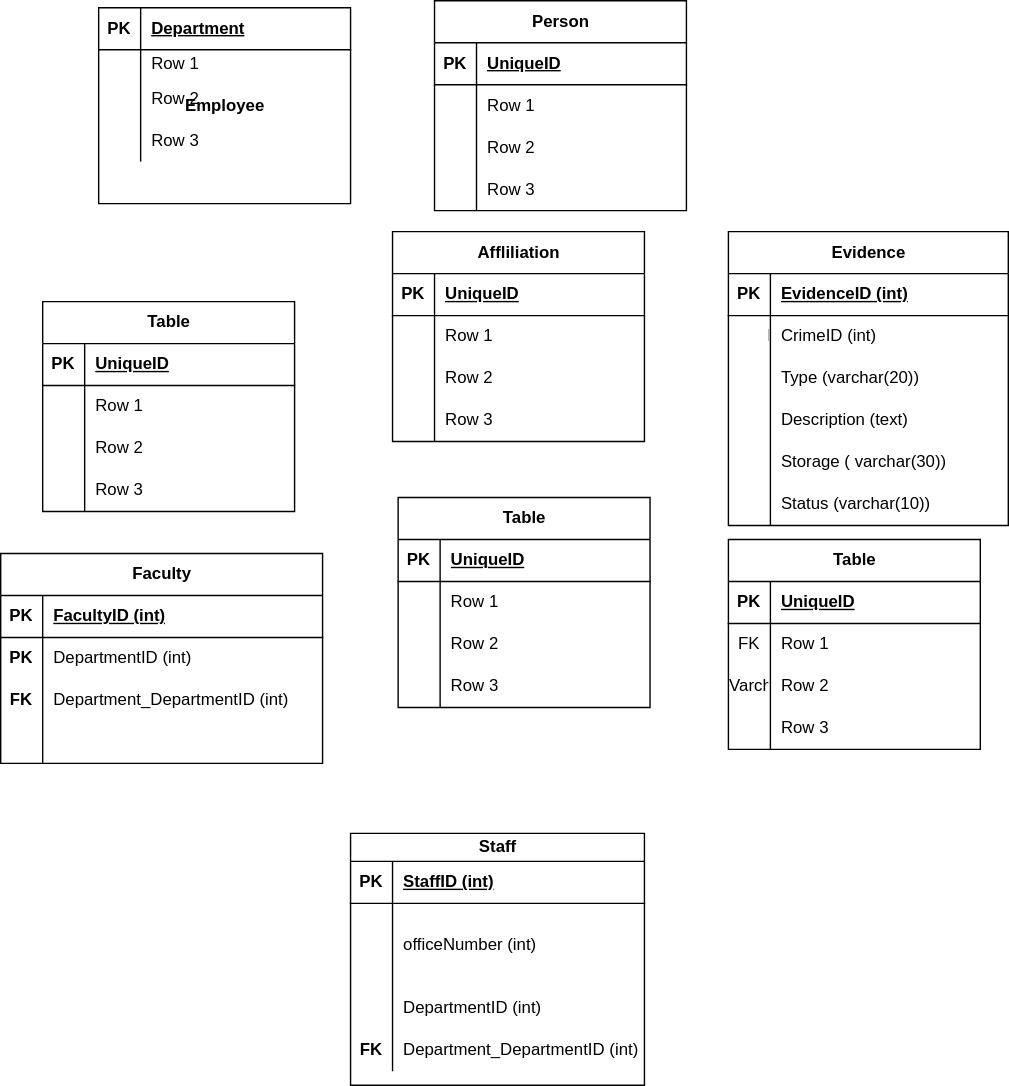
The draw.io diagram Untitled Diagram.drawio.svg in Priscile2/Diagrams, before a commit. Source tidied: cells renumbered, new cells last; positions are measured from the earlier drawing's top-left corner, leaving out a move shared by most shapes.
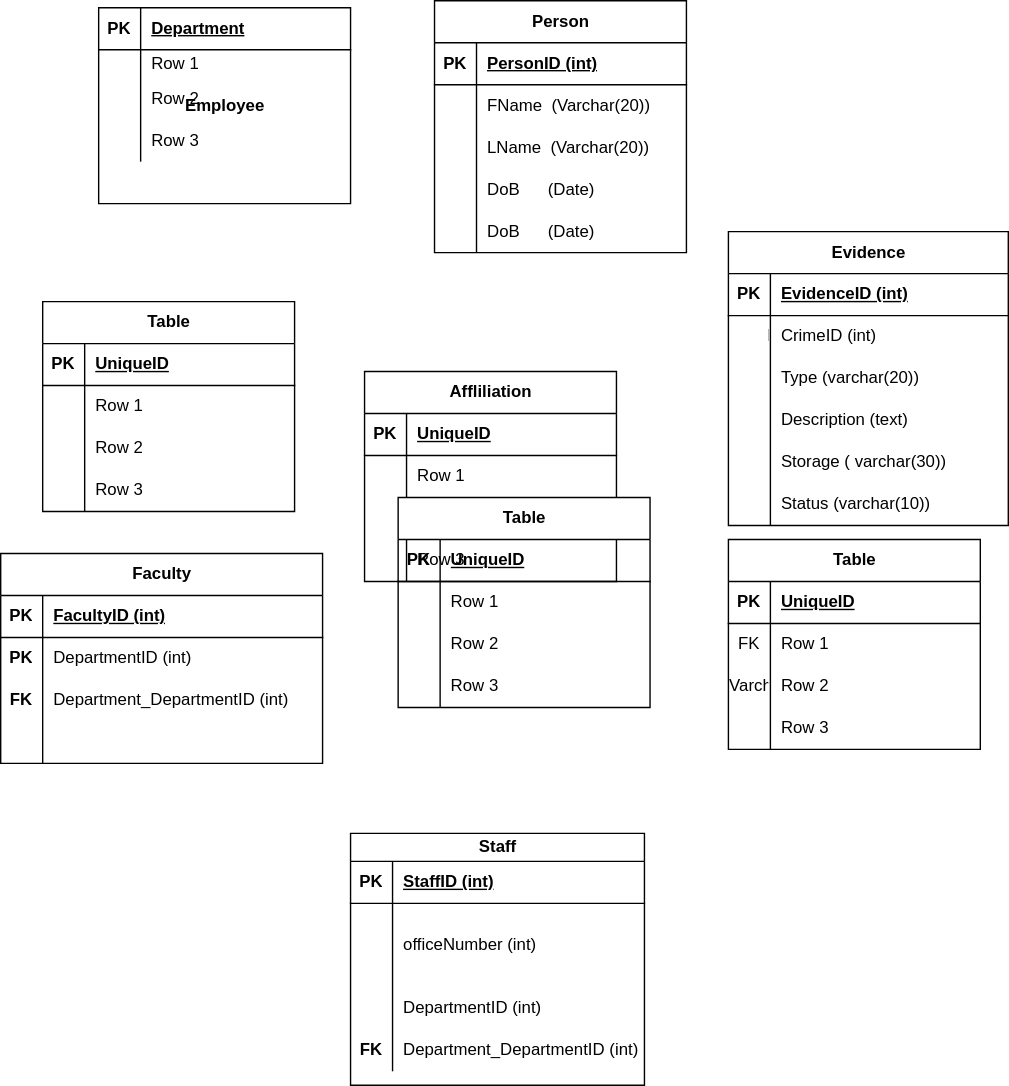
After the change.

Diff of the diagram source:
```diff
@@ -42,7 +42,7 @@
       <mxGeometry x="30" width="150" height="30" as="geometry" />
     </mxCell>
     <mxCell id="15" value="Person" style="shape=table;startSize=30;rowLines=0;fontStyle=1;align=center;html=1;" parent="1" vertex="1">
-      <mxGeometry x="310" width="180" height="150" as="geometry" />
+      <mxGeometry x="310" width="180" height="180" as="geometry" />
     </mxCell>
     <mxCell id="16" style="shape=tableRow;horizontal=0;startSize=0;swimlaneHead=0;swimlaneBody=0;fillColor=none;top=0;left=0;right=0;bottom=1;" parent="15" vertex="1">
       <mxGeometry y="30" width="180" height="30" as="geometry" />
@@ -50,7 +50,7 @@
     <mxCell id="17" value="PK" style="shape=partialRectangle;fillColor=none;top=0;left=0;bottom=0;right=0;fontStyle=1;overflow=hidden;whiteSpace=wrap;html=1;" parent="16" vertex="1">
       <mxGeometry width="30" height="30" as="geometry" />
     </mxCell>
-    <mxCell id="18" value="UniqueID" style="shape=partialRectangle;fillColor=none;top=0;left=0;bottom=0;right=0;align=left;spacingLeft=6;fontStyle=5;overflow=hidden;whiteSpace=wrap;html=1;" parent="16" vertex="1">
+    <mxCell id="18" value="PersonID (int)" style="shape=partialRectangle;fillColor=none;top=0;left=0;bottom=0;right=0;align=left;spacingLeft=6;fontStyle=5;overflow=hidden;whiteSpace=wrap;html=1;" parent="16" vertex="1">
       <mxGeometry x="30" width="150" height="30" as="geometry" />
     </mxCell>
     <mxCell id="19" style="shape=tableRow;horizontal=0;startSize=0;swimlaneHead=0;swimlaneBody=0;fillColor=none;top=0;left=0;right=0;bottom=0;" parent="15" vertex="1">
@@ -59,7 +59,7 @@
     <mxCell id="20" style="shape=partialRectangle;fillColor=none;top=0;left=0;bottom=0;right=0;overflow=hidden;whiteSpace=wrap;html=1;" parent="19" vertex="1">
       <mxGeometry width="30" height="30" as="geometry" />
     </mxCell>
-    <mxCell id="21" value="Row 1" style="shape=partialRectangle;fillColor=none;top=0;left=0;bottom=0;right=0;align=left;spacingLeft=6;overflow=hidden;whiteSpace=wrap;html=1;" parent="19" vertex="1">
+    <mxCell id="21" value="FName &amp;nbsp;(Varchar(20))" style="shape=partialRectangle;fillColor=none;top=0;left=0;bottom=0;right=0;align=left;spacingLeft=6;overflow=hidden;whiteSpace=wrap;html=1;" parent="19" vertex="1">
       <mxGeometry x="30" width="150" height="30" as="geometry" />
     </mxCell>
     <mxCell id="22" style="shape=tableRow;horizontal=0;startSize=0;swimlaneHead=0;swimlaneBody=0;fillColor=none;top=0;left=0;right=0;bottom=0;" parent="15" vertex="1">
@@ -68,7 +68,7 @@
     <mxCell id="23" style="shape=partialRectangle;fillColor=none;top=0;left=0;bottom=0;right=0;overflow=hidden;whiteSpace=wrap;html=1;" parent="22" vertex="1">
       <mxGeometry width="30" height="30" as="geometry" />
     </mxCell>
-    <mxCell id="24" value="Row 2" style="shape=partialRectangle;fillColor=none;top=0;left=0;bottom=0;right=0;align=left;spacingLeft=6;overflow=hidden;whiteSpace=wrap;html=1;" parent="22" vertex="1">
+    <mxCell id="24" value="LName &amp;nbsp;(Varchar(20))" style="shape=partialRectangle;fillColor=none;top=0;left=0;bottom=0;right=0;align=left;spacingLeft=6;overflow=hidden;whiteSpace=wrap;html=1;" parent="22" vertex="1">
       <mxGeometry x="30" width="150" height="30" as="geometry" />
     </mxCell>
     <mxCell id="25" style="shape=tableRow;horizontal=0;startSize=0;swimlaneHead=0;swimlaneBody=0;fillColor=none;top=0;left=0;right=0;bottom=0;" parent="15" vertex="1">
@@ -77,11 +77,20 @@
     <mxCell id="26" style="shape=partialRectangle;fillColor=none;top=0;left=0;bottom=0;right=0;overflow=hidden;whiteSpace=wrap;html=1;" parent="25" vertex="1">
       <mxGeometry width="30" height="30" as="geometry" />
     </mxCell>
-    <mxCell id="27" value="Row 3" style="shape=partialRectangle;fillColor=none;top=0;left=0;bottom=0;right=0;align=left;spacingLeft=6;overflow=hidden;whiteSpace=wrap;html=1;" parent="25" vertex="1">
+    <mxCell id="27" value="DoB &amp;nbsp; &amp;nbsp; &amp;nbsp;(Date)" style="shape=partialRectangle;fillColor=none;top=0;left=0;bottom=0;right=0;align=left;spacingLeft=6;overflow=hidden;whiteSpace=wrap;html=1;" parent="25" vertex="1">
       <mxGeometry x="30" width="150" height="30" as="geometry" />
     </mxCell>
+    <mxCell id="125" style="shape=tableRow;horizontal=0;startSize=0;swimlaneHead=0;swimlaneBody=0;fillColor=none;top=0;left=0;right=0;bottom=0;" parent="15" vertex="1">
+      <mxGeometry y="150" width="180" height="30" as="geometry" />
+    </mxCell>
+    <mxCell id="126" style="shape=partialRectangle;fillColor=none;top=0;left=0;bottom=0;right=0;overflow=hidden;whiteSpace=wrap;html=1;" parent="125" vertex="1">
+      <mxGeometry width="30" height="30" as="geometry" />
+    </mxCell>
+    <mxCell id="127" value="DoB &amp;nbsp; &amp;nbsp; &amp;nbsp;(Date)" style="shape=partialRectangle;fillColor=none;top=0;left=0;bottom=0;right=0;align=left;spacingLeft=6;overflow=hidden;whiteSpace=wrap;html=1;" parent="125" vertex="1">
+      <mxGeometry x="30" width="150" height="30" as="geometry" />
+    </mxCell>
     <mxCell id="28" value="Affliliation" style="shape=table;startSize=30;rowLines=0;fontStyle=1;align=center;html=1;" parent="1" vertex="1">
-      <mxGeometry x="280" y="165" width="180" height="150" as="geometry" />
+      <mxGeometry x="260" y="265" width="180" height="150" as="geometry" />
     </mxCell>
     <mxCell id="29" style="shape=tableRow;horizontal=0;startSize=0;swimlaneHead=0;swimlaneBody=0;fillColor=none;top=0;left=0;right=0;bottom=1;" parent="28" vertex="1">
       <mxGeometry y="30" width="180" height="30" as="geometry" />
```
